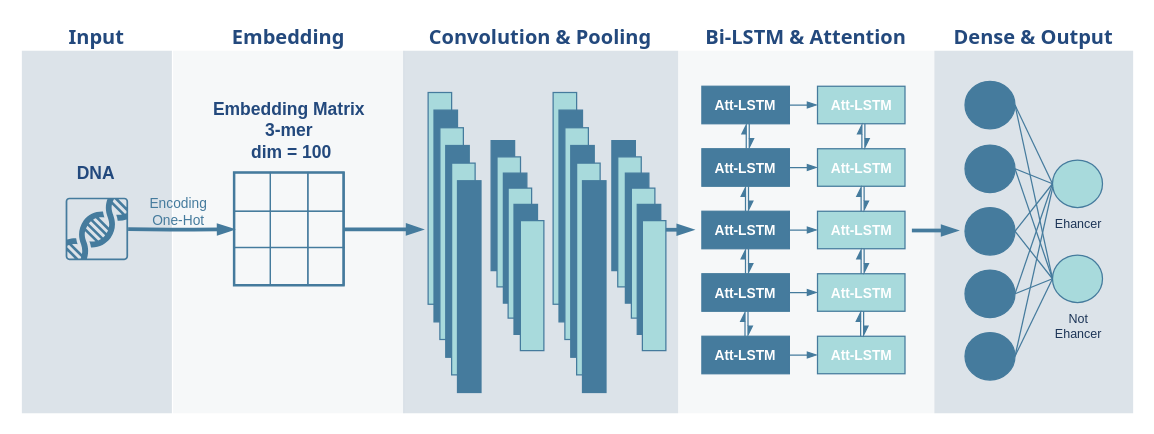
Before: model.drawio in kaze-0/figure, a draw.io diagram. Source tidied: cells renumbered, new cells numbered last; positions are measured from the earlier drawing's top-left corner, leaving out a move shared by most shapes. Both pictures are drawn from the tidied source at 125%, with x=0, y=0 at pixel (21, 21).
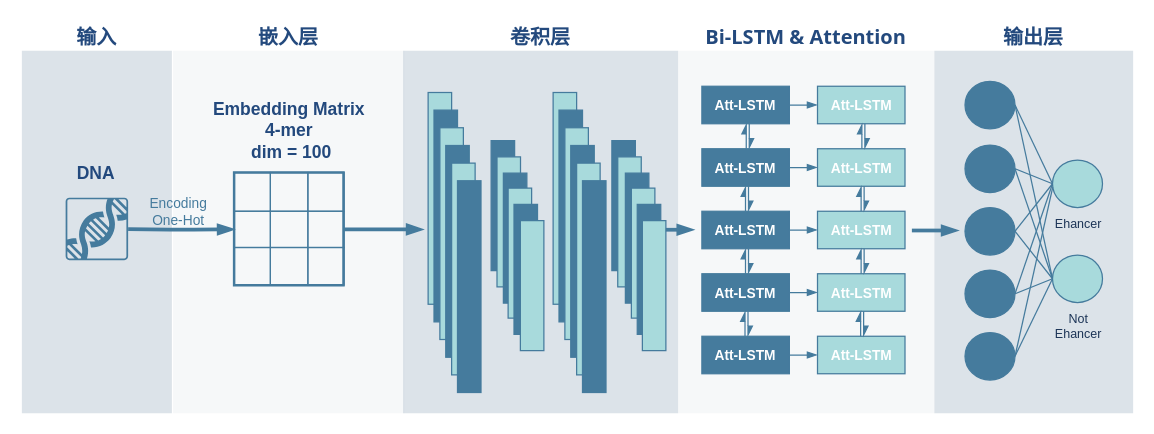
Above is the later version.

Diff of the diagram source:
```diff
@@
-    <mxCell id="2" value="&lt;font style=&quot;font-size: 16px;&quot; color=&quot;#23497d&quot;&gt;Input&lt;/font&gt;" style="swimlane;whiteSpace=wrap;fillColor=none;swimlaneFillColor=#BAC8D3;fontColor=#EEEEEE;fontFamily=Tahoma;html=1;strokeColor=none;opacity=50;labelBackgroundColor=none;" parent="1" vertex="1">
+    <mxCell id="2" value="&lt;font style=&quot;font-size: 16px;&quot; color=&quot;#23497d&quot;&gt;输入&lt;/font&gt;" style="swimlane;whiteSpace=wrap;fillColor=none;swimlaneFillColor=#BAC8D3;fontColor=#EEEEEE;fontFamily=Tahoma;html=1;strokeColor=none;opacity=50;labelBackgroundColor=none;" parent="1" vertex="1">
       <mxGeometry width="120" height="313" as="geometry" />
     </mxCell>
@@
-    <mxCell id="5" value="&lt;font style=&quot;font-size: 16px;&quot; color=&quot;#23497d&quot;&gt;Embedding&lt;/font&gt;" style="swimlane;whiteSpace=wrap;fillColor=none;swimlaneFillColor=#eef1f4;fontColor=#EEEEEE;fontFamily=Tahoma;html=1;strokeColor=none;opacity=50;labelBackgroundColor=none;" parent="1" vertex="1">
+    <mxCell id="5" value="&lt;font style=&quot;font-size: 16px;&quot; color=&quot;#23497d&quot;&gt;嵌入层&lt;/font&gt;" style="swimlane;whiteSpace=wrap;fillColor=none;swimlaneFillColor=#eef1f4;fontColor=#EEEEEE;fontFamily=Tahoma;html=1;strokeColor=none;opacity=50;labelBackgroundColor=none;" parent="1" vertex="1">
       <mxGeometry x="121" width="185" height="313" as="geometry" />
     </mxCell>
@@
-    <mxCell id="19" value="&lt;font color=&quot;#23497d&quot; style=&quot;font-size: 14px;&quot;&gt;&lt;b style=&quot;&quot;&gt;Embedding Matrix&lt;/b&gt;&lt;/font&gt;&lt;div style=&quot;font-size: 14px;&quot;&gt;&lt;font color=&quot;#23497d&quot; style=&quot;font-size: 14px;&quot;&gt;&lt;b style=&quot;&quot;&gt;3-mer&lt;/b&gt;&lt;/font&gt;&lt;/div&gt;&lt;div style=&quot;font-size: 14px;&quot;&gt;&lt;font color=&quot;#23497d&quot; style=&quot;font-size: 14px;&quot;&gt;&lt;b style=&quot;&quot;&gt;&amp;nbsp;dim = 100&lt;/b&gt;&lt;/font&gt;&lt;/div&gt;" style="rounded=0;whiteSpace=wrap;html=1;strokeColor=none;fontColor=#1D3557;fillColor=none;align=center;" parent="5" vertex="1">
+    <mxCell id="19" value="&lt;font color=&quot;#23497d&quot; style=&quot;font-size: 14px;&quot;&gt;&lt;b style=&quot;&quot;&gt;Embedding Matrix&lt;/b&gt;&lt;/font&gt;&lt;div style=&quot;font-size: 14px;&quot;&gt;&lt;font color=&quot;#23497d&quot; style=&quot;font-size: 14px;&quot;&gt;&lt;b style=&quot;&quot;&gt;4-mer&lt;/b&gt;&lt;/font&gt;&lt;/div&gt;&lt;div style=&quot;font-size: 14px;&quot;&gt;&lt;font color=&quot;#23497d&quot; style=&quot;font-size: 14px;&quot;&gt;&lt;b style=&quot;&quot;&gt;&amp;nbsp;dim = 100&lt;/b&gt;&lt;/font&gt;&lt;/div&gt;" style="rounded=0;whiteSpace=wrap;html=1;strokeColor=none;fontColor=#1D3557;fillColor=none;align=center;" parent="5" vertex="1">
       <mxGeometry x="18.8" y="56.5" width="147.5" height="60" as="geometry" />
     </mxCell>
@@
-    <mxCell id="22" value="&lt;font style=&quot;font-size: 16px;&quot; color=&quot;#23497d&quot;&gt;Convolution &amp;amp; Pooling&lt;/font&gt;" style="swimlane;whiteSpace=wrap;fillColor=none;swimlaneFillColor=#BAC8D3;fontColor=#EEEEEE;fontFamily=Tahoma;html=1;strokeColor=none;opacity=50;labelBackgroundColor=none;" parent="1" vertex="1">
+    <mxCell id="22" value="&lt;font style=&quot;font-size: 16px;&quot; color=&quot;#23497d&quot;&gt;卷积层&lt;/font&gt;" style="swimlane;whiteSpace=wrap;fillColor=none;swimlaneFillColor=#BAC8D3;fontColor=#EEEEEE;fontFamily=Tahoma;html=1;strokeColor=none;opacity=50;labelBackgroundColor=none;" parent="1" vertex="1">
       <mxGeometry x="305" width="220" height="313" as="geometry" />
     </mxCell>
@@
-    <mxCell id="89" value="&lt;font style=&quot;font-size: 16px;&quot; color=&quot;#23497d&quot;&gt;Dense &amp;amp; Output&lt;/font&gt;" style="swimlane;whiteSpace=wrap;fillColor=none;swimlaneFillColor=#BAC8D3;fontColor=#EEEEEE;fontFamily=Tahoma;html=1;strokeColor=none;opacity=50;labelBackgroundColor=none;" parent="1" vertex="1">
+    <mxCell id="89" value="&lt;font color=&quot;#23497d&quot;&gt;&lt;span style=&quot;font-size: 16px;&quot;&gt;输出层&lt;/span&gt;&lt;/font&gt;" style="swimlane;whiteSpace=wrap;fillColor=none;swimlaneFillColor=#BAC8D3;fontColor=#EEEEEE;fontFamily=Tahoma;html=1;strokeColor=none;opacity=50;labelBackgroundColor=none;" parent="1" vertex="1">
       <mxGeometry x="730" width="159" height="313" as="geometry" />
     </mxCell>
```
